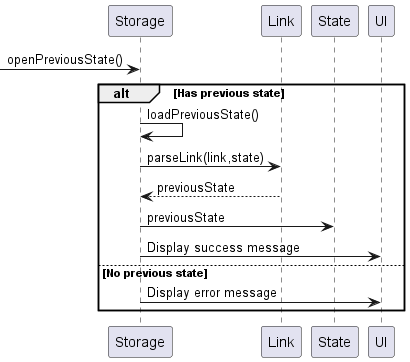
Before: docs/images/storageOpenPreviousState.png, a diagram exported from PlantUML (nus-cs2113-AY2223S1/tp).
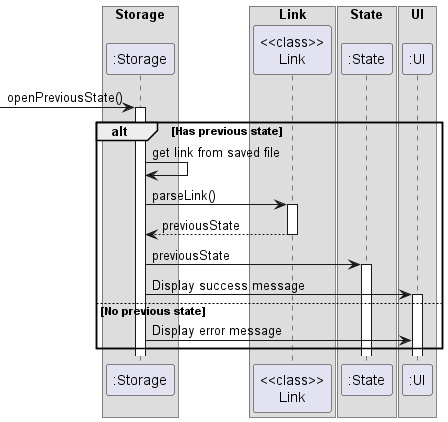
The same file after the commit.

What changed in the source:
```diff
@@ -1,12 +1,28 @@
 @startuml
+box Storage
+Participant ":Storage" as Storage
+end box
+box Link
+Participant "<<class>>\nLink" as Link
+end box
+box State
+Participant ":State" as State
+end box
+box UI
+Participant ":UI" as UI
+end box
 
 ->Storage:openPreviousState()
+activate Storage
 alt Has previous state
-    Storage -> Storage: loadPreviousState()
-    Storage -> Link: parseLink(link,state)
-    Link --> Storage: previousState
-    Storage -> State: previousState
-    Storage -> UI: Display success message
+    Storage -> Storage: get link from saved file
+
+    Storage -> Link ++ : parseLink()
+    Link --> Storage -- : previousState
+
+    Storage -> State ++ : previousState
+    Storage -> UI ++ : Display success message
+
 else No previous state
     Storage -> UI : Display error message
 end
```
